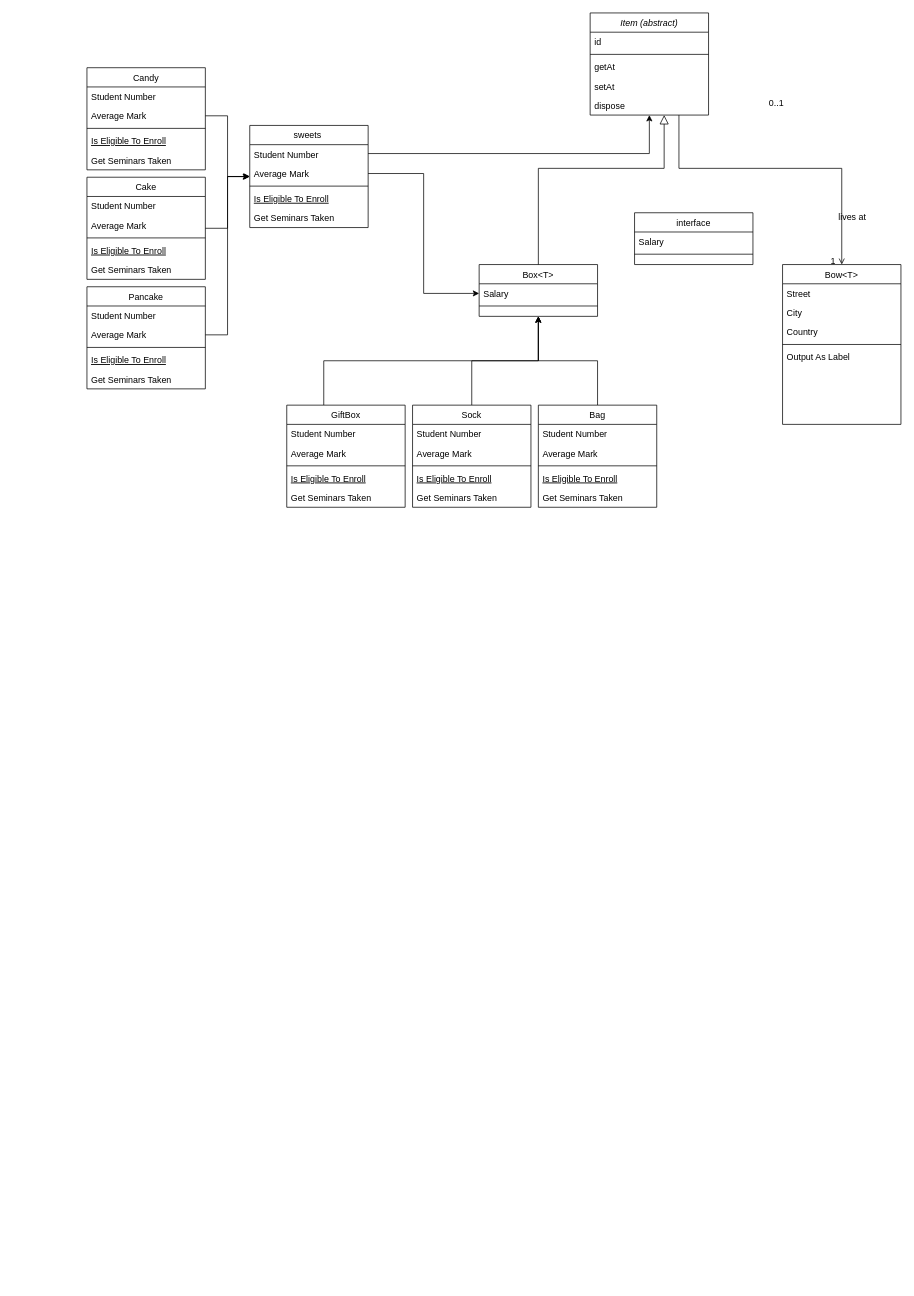
The draw.io diagram GiftsClass.drawio in Pib0di/diagramms, before the edit. Source tidied: cells renumbered, new cells numbered last; positions are measured from the earlier drawing's top-left corner, leaving out a move shared by most shapes. Both pictures are drawn from the tidied source at 74%, with x=0, y=0 at pixel (87, 13).
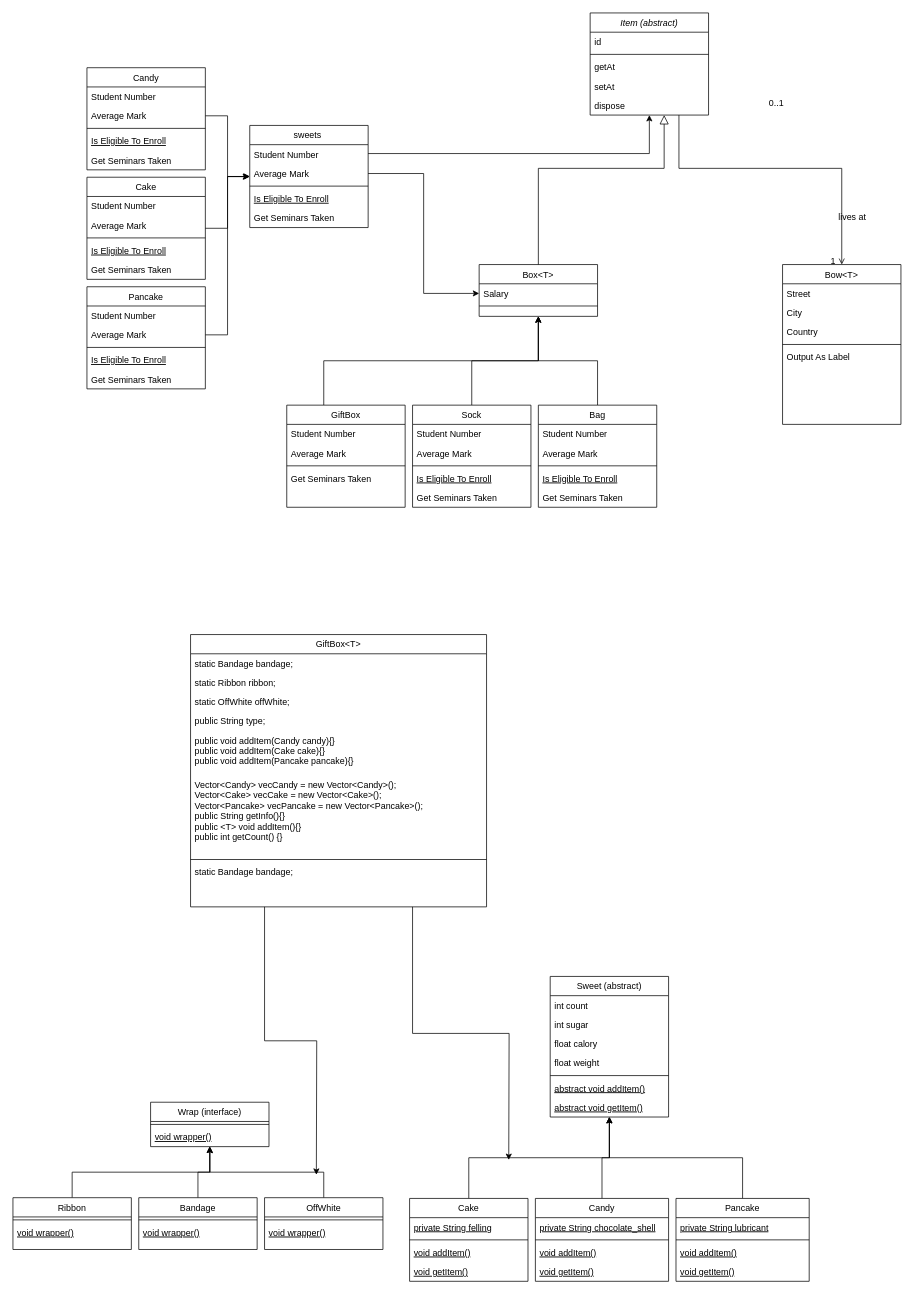
The same page after the edit.

The change refers to these unchanged cells:
```xml
<mxCell id="62" value="GiftBox" style="swimlane;fontStyle=0;align=center;verticalAlign=top;horizontal=1;startSize=26;rounded=0;shadow=0;strokeWidth=1;" parent="1" vertex="1">
  <mxGeometry x="270" y="530" width="160" height="138" as="geometry" />
</mxCell>
```

What changed in the source:
```diff
@@
-    <mxCell id="35" value="interface" style="swimlane;fontStyle=0;align=center;verticalAlign=top;horizontal=1;startSize=26;rounded=0;shadow=0;strokeWidth=1;" parent="1" vertex="1">
-      <mxGeometry x="740" y="270" width="160" height="70" as="geometry" />
+    <mxCell id="35" value="Wrap (interface)" style="swimlane;fontStyle=0;align=center;verticalAlign=top;horizontal=1;startSize=26;rounded=0;shadow=0;strokeWidth=1;" parent="1" vertex="1">
+      <mxGeometry x="86" y="1472" width="160" height="60" as="geometry" />
     </mxCell>
-    <mxCell id="36" value="Salary" style="text;align=left;verticalAlign=top;spacingLeft=4;spacingRight=4;overflow=hidden;" parent="35" vertex="1">
-      <mxGeometry y="26" width="160" height="26" as="geometry" />
-    </mxCell>
     <mxCell id="37" style="line;html=1;strokeWidth=1;align=left;verticalAlign=middle;spacingTop=-1;spacingLeft=3;spacingRight=3;labelPosition=right;" parent="35" vertex="1">
-      <mxGeometry y="52" width="160" height="8" as="geometry" />
+      <mxGeometry y="26" width="160" height="8" as="geometry" />
     </mxCell>
+    <mxCell id="66" value="void wrapper()" style="text;align=left;verticalAlign=top;spacingLeft=4;spacingRight=4;overflow=hidden;fontStyle=4;" parent="35" vertex="1">
+      <mxGeometry y="34" width="160" height="26" as="geometry" />
+    </mxCell>
@@
-    <mxCell id="66" value="Is Eligible To Enroll" style="text;align=left;verticalAlign=top;spacingLeft=4;spacingRight=4;overflow=hidden;fontStyle=4;" parent="62" vertex="1">
-      <mxGeometry y="86" width="160" height="26" as="geometry" />
-    </mxCell>
     <mxCell id="67" value="Get Seminars Taken" style="text;align=left;verticalAlign=top;spacingLeft=4;spacingRight=4;overflow=hidden;" parent="62" vertex="1">
-      <mxGeometry y="112" width="160" height="26" as="geometry" />
+      <mxGeometry y="86" width="160" height="26" as="geometry" />
     </mxCell>
@@
+    <mxCell id="75" style="edgeStyle=orthogonalEdgeStyle;rounded=0;jettySize=auto;html=1;exitX=0.5;exitY=0;exitDx=0;exitDy=0;" parent="1" edge="1" source="76" target="35">
+      <mxGeometry relative="1" as="geometry" />
+    </mxCell>
+    <mxCell id="76" value="Ribbon" style="swimlane;fontStyle=0;align=center;verticalAlign=top;horizontal=1;startSize=26;rounded=0;shadow=0;strokeWidth=1;" parent="1" vertex="1">
+      <mxGeometry x="-100" y="1601" width="160" height="70" as="geometry" />
+    </mxCell>
+    <mxCell id="77" style="line;html=1;strokeWidth=1;align=left;verticalAlign=middle;spacingTop=-1;spacingLeft=3;spacingRight=3;labelPosition=right;" parent="76" vertex="1">
+      <mxGeometry y="26" width="160" height="8" as="geometry" />
+    </mxCell>
+    <mxCell id="78" value="void wrapper()" style="text;align=left;verticalAlign=top;spacingLeft=4;spacingRight=4;overflow=hidden;fontStyle=4;" parent="76" vertex="1">
+      <mxGeometry y="34" width="160" height="26" as="geometry" />
+    </mxCell>
+    <mxCell id="79" style="edgeStyle=orthogonalEdgeStyle;rounded=0;jettySize=auto;html=1;" parent="1" edge="1" source="80" target="35">
+      <mxGeometry relative="1" as="geometry" />
+    </mxCell>
+    <mxCell id="80" value="Bandage" style="swimlane;fontStyle=0;align=center;verticalAlign=top;horizontal=1;startSize=26;rounded=0;shadow=0;strokeWidth=1;" parent="1" vertex="1">
+      <mxGeometry x="70" y="1601" width="160" height="70" as="geometry" />
+    </mxCell>
+    <mxCell id="81" style="line;html=1;strokeWidth=1;align=left;verticalAlign=middle;spacingTop=-1;spacingLeft=3;spacingRight=3;labelPosition=right;" parent="80" vertex="1">
+      <mxGeometry y="26" width="160" height="8" as="geometry" />
+    </mxCell>
+    <mxCell id="82" value="void wrapper()" style="text;align=left;verticalAlign=top;spacingLeft=4;spacingRight=4;overflow=hidden;fontStyle=4;" parent="80" vertex="1">
+      <mxGeometry y="34" width="160" height="26" as="geometry" />
+    </mxCell>
+    <mxCell id="83" style="edgeStyle=orthogonalEdgeStyle;rounded=0;jettySize=auto;html=1;exitX=0.5;exitY=0;exitDx=0;exitDy=0;" parent="1" edge="1" source="84" target="35">
+      <mxGeometry relative="1" as="geometry" />
+    </mxCell>
+    <mxCell id="84" value="OffWhite" style="swimlane;fontStyle=0;align=center;verticalAlign=top;horizontal=1;startSize=26;rounded=0;shadow=0;strokeWidth=1;" parent="1" vertex="1">
+      <mxGeometry x="240" y="1601" width="160" height="70" as="geometry" />
+    </mxCell>
+    <mxCell id="85" style="line;html=1;strokeWidth=1;align=left;verticalAlign=middle;spacingTop=-1;spacingLeft=3;spacingRight=3;labelPosition=right;" parent="84" vertex="1">
+      <mxGeometry y="26" width="160" height="8" as="geometry" />
+    </mxCell>
+    <mxCell id="86" value="void wrapper()" style="text;align=left;verticalAlign=top;spacingLeft=4;spacingRight=4;overflow=hidden;fontStyle=4;" parent="84" vertex="1">
+      <mxGeometry y="34" width="160" height="26" as="geometry" />
+    </mxCell>
+    <mxCell id="87" value="Sweet (abstract)" style="swimlane;fontStyle=0;align=center;verticalAlign=top;horizontal=1;startSize=26;rounded=0;shadow=0;strokeWidth=1;" parent="1" vertex="1">
+      <mxGeometry x="626" y="1302" width="160" height="190" as="geometry" />
+    </mxCell>
+    <mxCell id="88" value="int count   " style="text;align=left;verticalAlign=top;spacingLeft=4;spacingRight=4;overflow=hidden;" parent="87" vertex="1">
+      <mxGeometry y="26" width="160" height="26" as="geometry" />
+    </mxCell>
+    <mxCell id="89" value="int sugar  " style="text;align=left;verticalAlign=top;spacingLeft=4;spacingRight=4;overflow=hidden;" parent="87" vertex="1">
+      <mxGeometry y="52" width="160" height="26" as="geometry" />
+    </mxCell>
+    <mxCell id="90" value="float calory" style="text;align=left;verticalAlign=top;spacingLeft=4;spacingRight=4;overflow=hidden;" parent="87" vertex="1">
+      <mxGeometry y="78" width="160" height="26" as="geometry" />
+    </mxCell>
+    <mxCell id="91" value="float weight" style="text;align=left;verticalAlign=top;spacingLeft=4;spacingRight=4;overflow=hidden;" parent="87" vertex="1">
+      <mxGeometry y="104" width="160" height="26" as="geometry" />
+    </mxCell>
+    <mxCell id="92" style="line;html=1;strokeWidth=1;align=left;verticalAlign=middle;spacingTop=-1;spacingLeft=3;spacingRight=3;labelPosition=right;" parent="87" vertex="1">
+      <mxGeometry y="130" width="160" height="8" as="geometry" />
+    </mxCell>
+    <mxCell id="93" value="abstract void addItem()" style="text;align=left;verticalAlign=top;spacingLeft=4;spacingRight=4;overflow=hidden;fontStyle=4;" parent="87" vertex="1">
+      <mxGeometry y="138" width="160" height="26" as="geometry" />
+    </mxCell>
+    <mxCell id="94" value="abstract void getItem()" style="text;align=left;verticalAlign=top;spacingLeft=4;spacingRight=4;overflow=hidden;fontStyle=4;" parent="87" vertex="1">
+      <mxGeometry y="164" width="160" height="26" as="geometry" />
+    </mxCell>
+    <mxCell id="95" style="edgeStyle=orthogonalEdgeStyle;rounded=0;jettySize=auto;html=1;exitX=0.5;exitY=0;exitDx=0;exitDy=0;" parent="1" edge="1" source="96" target="87">
+      <mxGeometry relative="1" as="geometry" />
+    </mxCell>
+    <mxCell id="96" value="Cake" style="swimlane;fontStyle=0;align=center;verticalAlign=top;horizontal=1;startSize=26;rounded=0;shadow=0;strokeWidth=1;" parent="1" vertex="1">
+      <mxGeometry x="436" y="1602" width="160" height="112" as="geometry" />
+    </mxCell>
+    <mxCell id="97" value="private String felling" style="text;align=left;verticalAlign=top;spacingLeft=4;spacingRight=4;overflow=hidden;fontStyle=4;" parent="96" vertex="1">
+      <mxGeometry y="26" width="160" height="26" as="geometry" />
+    </mxCell>
+    <mxCell id="98" style="line;html=1;strokeWidth=1;align=left;verticalAlign=middle;spacingTop=-1;spacingLeft=3;spacingRight=3;labelPosition=right;" parent="96" vertex="1">
+      <mxGeometry y="52" width="160" height="8" as="geometry" />
+    </mxCell>
+    <mxCell id="99" value="void addItem()" style="text;align=left;verticalAlign=top;spacingLeft=4;spacingRight=4;overflow=hidden;fontStyle=4;" parent="96" vertex="1">
+      <mxGeometry y="60" width="160" height="26" as="geometry" />
+    </mxCell>
+    <mxCell id="100" value="void getItem()" style="text;align=left;verticalAlign=top;spacingLeft=4;spacingRight=4;overflow=hidden;fontStyle=4;" parent="96" vertex="1">
+      <mxGeometry y="86" width="160" height="26" as="geometry" />
+    </mxCell>
+    <mxCell id="101" style="edgeStyle=orthogonalEdgeStyle;rounded=0;jettySize=auto;html=1;" parent="1" edge="1" source="102" target="87">
+      <mxGeometry relative="1" as="geometry" />
+    </mxCell>
+    <mxCell id="102" value="Candy" style="swimlane;fontStyle=0;align=center;verticalAlign=top;horizontal=1;startSize=26;rounded=0;shadow=0;strokeWidth=1;" parent="1" vertex="1">
+      <mxGeometry x="606" y="1602" width="180" height="112" as="geometry" />
+    </mxCell>
+    <mxCell id="103" value="private String chocolate_shell" style="text;align=left;verticalAlign=top;spacingLeft=4;spacingRight=4;overflow=hidden;fontStyle=4;" parent="102" vertex="1">
+      <mxGeometry y="26" width="180" height="26" as="geometry" />
+    </mxCell>
+    <mxCell id="104" style="line;html=1;strokeWidth=1;align=left;verticalAlign=middle;spacingTop=-1;spacingLeft=3;spacingRight=3;labelPosition=right;" parent="102" vertex="1">
+      <mxGeometry y="52" width="180" height="8" as="geometry" />
+    </mxCell>
+    <mxCell id="105" value="void addItem()" style="text;align=left;verticalAlign=top;spacingLeft=4;spacingRight=4;overflow=hidden;fontStyle=4;" parent="102" vertex="1">
+      <mxGeometry y="60" width="180" height="26" as="geometry" />
+    </mxCell>
+    <mxCell id="106" value="void getItem()" style="text;align=left;verticalAlign=top;spacingLeft=4;spacingRight=4;overflow=hidden;fontStyle=4;" parent="102" vertex="1">
+      <mxGeometry y="86" width="180" height="26" as="geometry" />
+    </mxCell>
+    <mxCell id="107" style="edgeStyle=orthogonalEdgeStyle;rounded=0;jettySize=auto;html=1;exitX=0.5;exitY=0;exitDx=0;exitDy=0;" parent="1" edge="1" source="108" target="87">
+      <mxGeometry relative="1" as="geometry" />
+    </mxCell>
+    <mxCell id="108" value="Pancake" style="swimlane;fontStyle=0;align=center;verticalAlign=top;horizontal=1;startSize=26;rounded=0;shadow=0;strokeWidth=1;" parent="1" vertex="1">
+      <mxGeometry x="796" y="1602" width="180" height="112" as="geometry" />
+    </mxCell>
+    <mxCell id="109" value="private String lubricant" style="text;align=left;verticalAlign=top;spacingLeft=4;spacingRight=4;overflow=hidden;fontStyle=4;" parent="108" vertex="1">
+      <mxGeometry y="26" width="180" height="26" as="geometry" />
+    </mxCell>
+    <mxCell id="110" style="line;html=1;strokeWidth=1;align=left;verticalAlign=middle;spacingTop=-1;spacingLeft=3;spacingRight=3;labelPosition=right;" parent="108" vertex="1">
+      <mxGeometry y="52" width="180" height="8" as="geometry" />
+    </mxCell>
+    <mxCell id="111" value="void addItem()" style="text;align=left;verticalAlign=top;spacingLeft=4;spacingRight=4;overflow=hidden;fontStyle=4;" parent="108" vertex="1">
+      <mxGeometry y="60" width="180" height="26" as="geometry" />
+    </mxCell>
+    <mxCell id="112" value="void getItem()" style="text;align=left;verticalAlign=top;spacingLeft=4;spacingRight=4;overflow=hidden;fontStyle=4;" parent="108" vertex="1">
+      <mxGeometry y="86" width="180" height="26" as="geometry" />
+    </mxCell>
+    <mxCell id="113" style="edgeStyle=orthogonalEdgeStyle;rounded=0;jettySize=auto;html=1;exitX=0.75;exitY=1;exitDx=0;exitDy=0;" parent="1" edge="1" source="115">
+      <mxGeometry relative="1" as="geometry">
+        <mxPoint x="570" y="1550" as="targetPoint" />
+      </mxGeometry>
+    </mxCell>
+    <mxCell id="114" style="edgeStyle=orthogonalEdgeStyle;rounded=0;jettySize=auto;html=1;exitX=0.25;exitY=1;exitDx=0;exitDy=0;" parent="1" edge="1" source="115">
+      <mxGeometry relative="1" as="geometry">
+        <mxPoint x="310" y="1570" as="targetPoint" />
+      </mxGeometry>
+    </mxCell>
+    <mxCell id="115" value="GiftBox&lt;T&gt;" style="swimlane;fontStyle=0;align=center;verticalAlign=top;horizontal=1;startSize=26;rounded=0;shadow=0;strokeWidth=1;" parent="1" vertex="1">
+      <mxGeometry x="140" y="840" width="400" height="368" as="geometry" />
+    </mxCell>
+    <mxCell id="116" value="static Bandage bandage;" style="text;align=left;verticalAlign=top;spacingLeft=4;spacingRight=4;overflow=hidden;" parent="115" vertex="1">
+      <mxGeometry y="26" width="400" height="26" as="geometry" />
+    </mxCell>
+    <mxCell id="117" value="static Ribbon ribbon;" style="text;align=left;verticalAlign=top;spacingLeft=4;spacingRight=4;overflow=hidden;" parent="115" vertex="1">
+      <mxGeometry y="52" width="400" height="26" as="geometry" />
+    </mxCell>
+    <mxCell id="118" value="static OffWhite offWhite;" style="text;align=left;verticalAlign=top;spacingLeft=4;spacingRight=4;overflow=hidden;" parent="115" vertex="1">
+      <mxGeometry y="78" width="400" height="26" as="geometry" />
+    </mxCell>
+    <mxCell id="119" value="public String type;" style="text;align=left;verticalAlign=top;spacingLeft=4;spacingRight=4;overflow=hidden;" parent="115" vertex="1">
+      <mxGeometry y="104" width="400" height="26" as="geometry" />
+    </mxCell>
+    <mxCell id="120" value="public void addItem(Candy candy){}&#10;public void addItem(Cake cake){}&#10;public void addItem(Pancake pancake){}" style="text;align=left;verticalAlign=top;spacingLeft=4;spacingRight=4;overflow=hidden;" parent="115" vertex="1">
+      <mxGeometry y="130" width="400" height="60" as="geometry" />
+    </mxCell>
+    <mxCell id="121" value="Vector&lt;Candy&gt; vecCandy = new Vector&lt;Candy&gt;();&#10; Vector&lt;Cake&gt; vecCake = new Vector&lt;Cake&gt;();&#10; Vector&lt;Pancake&gt; vecPancake = new Vector&lt;Pancake&gt;();&#10;public String getInfo(){}&#10;public &lt;T&gt; void addItem(){}&#10;public int getCount() {}&#10;&#10;" style="text;align=left;verticalAlign=top;spacingLeft=4;spacingRight=4;overflow=hidden;" parent="115" vertex="1">
+      <mxGeometry y="190" width="400" height="110" as="geometry" />
+    </mxCell>
+    <mxCell id="122" style="line;html=1;strokeWidth=1;align=left;verticalAlign=middle;spacingTop=-1;spacingLeft=3;spacingRight=3;labelPosition=right;" parent="115" vertex="1">
+      <mxGeometry y="300" width="400" height="8" as="geometry" />
+    </mxCell>
+    <mxCell id="123" value="static Bandage bandage;" style="text;align=left;verticalAlign=top;spacingLeft=4;spacingRight=4;overflow=hidden;" parent="115" vertex="1">
+      <mxGeometry y="308" width="400" height="26" as="geometry" />
+    </mxCell>
```
